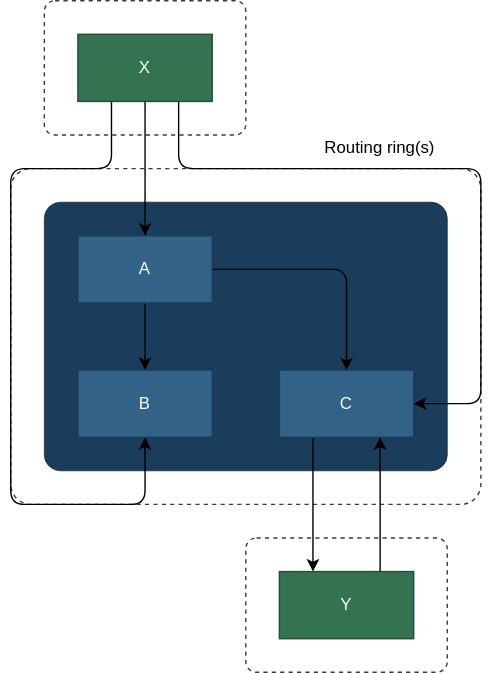
The draw.io diagram packages/plugins/plugin-illustrator/docs/drawing.drawio.svg in dxos/dxos, before a commit. Source tidied: cells renumbered, new cells last; positions are measured from the earlier drawing's top-left corner, leaving out a move shared by most shapes.
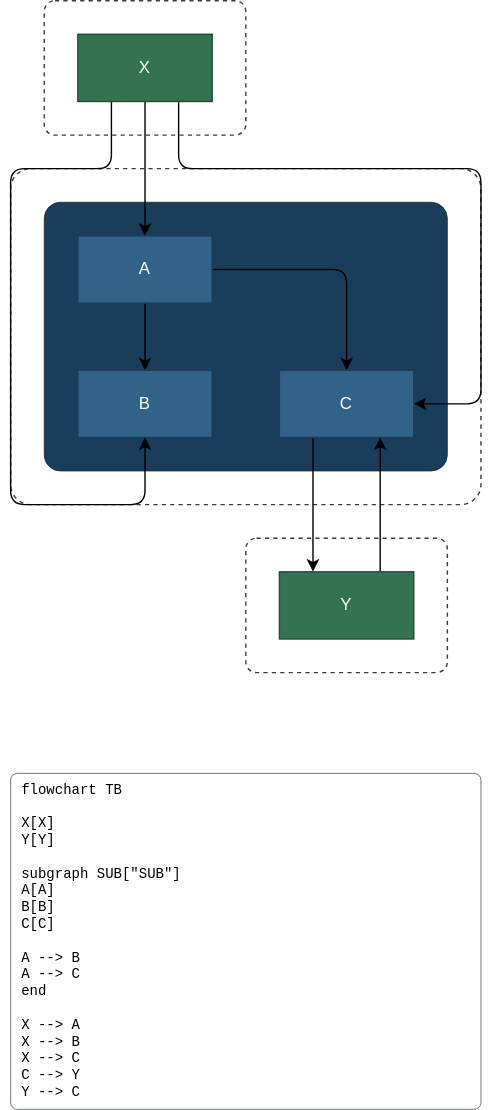
The same diagram one commit later.

What changed in the source:
```diff
@@ -67,8 +67,8 @@
     <mxCell id="17" value="Y" style="rounded=0;whiteSpace=wrap;html=1;fillColor=#337352;fontColor=#FFFFFF;strokeColor=#214D37;" parent="1" vertex="1">
       <mxGeometry x="192" y="408" width="96" height="48" as="geometry" />
     </mxCell>
-    <mxCell id="18" value="Routing ring(s)" style="text;html=1;strokeColor=none;fillColor=none;align=center;verticalAlign=middle;whiteSpace=wrap;rounded=0;dashed=1;strokeWidth=0.5;" parent="1" vertex="1">
-      <mxGeometry x="192" y="90" width="144" height="30" as="geometry" />
-    </mxCell>
+    <mxCell id="19" value="&lt;div style=&quot;box-sizing: border-box; --diffs-computed-decoration-bg: light-dark(#fdfdfc,#262626); --diffs-computed-diff-line-bg: light-dark(#fdfdfc,#262626); --diffs-computed-selected-line-bg: light-dark(#fdfdfc,#262626); background-image: initial; background-position: initial; background-size: initial; background-repeat: initial; background-attachment: initial; background-origin: initial; background-clip: initial; --diffs-selection-mix-target: #6da7ec; padding-inline: 1ch 1ch; position: relative; word-break: break-word; min-height: 1lh; font-family: &amp;quot;Anthropic Mono&amp;quot;, ui-monospace, monospace; font-size: 10px;&quot;&gt;&lt;span style=&quot;box-sizing: border-box; text-decoration-line: initial; text-decoration-color: rgb(237, 237, 237); font-size: 10px;&quot;&gt;flowchart TB&lt;/span&gt;&lt;/div&gt;&lt;div style=&quot;box-sizing: border-box; --diffs-computed-decoration-bg: light-dark(#fdfdfc,#262626); --diffs-computed-diff-line-bg: light-dark(#fdfdfc,#262626); --diffs-computed-selected-line-bg: light-dark(#fdfdfc,#262626); --diffs-selection-mix-target: #6da7ec; padding-inline: 1ch 1ch; position: relative; word-break: break-word; min-height: 1lh; font-family: &amp;quot;Anthropic Mono&amp;quot;, ui-monospace, monospace; font-size: 10px;&quot;&gt;&lt;span style=&quot;box-sizing: border-box; text-decoration-line: initial; text-decoration-color: rgb(237, 237, 237); font-size: 10px;&quot;&gt;&lt;br&gt;&amp;nbsp; X[X]&lt;/span&gt;&lt;/div&gt;&lt;div style=&quot;box-sizing: border-box; --diffs-computed-decoration-bg: light-dark(#fdfdfc,#262626); --diffs-computed-diff-line-bg: light-dark(#fdfdfc,#262626); --diffs-computed-selected-line-bg: light-dark(#fdfdfc,#262626); --diffs-selection-mix-target: #6da7ec; padding-inline: 1ch 1ch; position: relative; word-break: break-word; min-height: 1lh; font-family: &amp;quot;Anthropic Mono&amp;quot;, ui-monospace, monospace; font-size: 10px;&quot;&gt;&lt;span style=&quot;text-decoration-line: initial;&quot;&gt;&amp;nbsp; Y[Y]&lt;/span&gt;&lt;span style=&quot;box-sizing: border-box; text-decoration-line: initial; text-decoration-color: rgb(237, 237, 237); font-size: 10px;&quot;&gt;&lt;/span&gt;&lt;/div&gt;&lt;div style=&quot;box-sizing: border-box; --diffs-computed-decoration-bg: light-dark(#fdfdfc,#262626); --diffs-computed-diff-line-bg: light-dark(#fdfdfc,#262626); --diffs-computed-selected-line-bg: light-dark(#fdfdfc,#262626); --diffs-selection-mix-target: #6da7ec; padding-inline: 1ch 1ch; position: relative; word-break: break-word; min-height: 1lh; font-family: &amp;quot;Anthropic Mono&amp;quot;, ui-monospace, monospace;&quot;&gt;&lt;span style=&quot;box-sizing: border-box; text-decoration-line: initial; text-decoration-color: rgb(237, 237, 237);&quot;&gt;&lt;/span&gt;&lt;/div&gt;&lt;div style=&quot;box-sizing: border-box; --diffs-computed-decoration-bg: light-dark(#fdfdfc,#262626); --diffs-computed-diff-line-bg: light-dark(#fdfdfc,#262626); --diffs-computed-selected-line-bg: light-dark(#fdfdfc,#262626); --diffs-selection-mix-target: #6da7ec; padding-inline: 1ch 1ch; position: relative; word-break: break-word; min-height: 1lh; font-family: &amp;quot;Anthropic Mono&amp;quot;, ui-monospace, monospace; font-size: 10px;&quot;&gt;&lt;span style=&quot;box-sizing: border-box; text-decoration-line: initial; text-decoration-color: rgb(237, 237, 237); font-size: 10px;&quot;&gt;&amp;nbsp;&amp;nbsp;subgraph SUB[&quot;SUB&quot;]&lt;/span&gt;&lt;/div&gt;&lt;div style=&quot;box-sizing: border-box; --diffs-computed-decoration-bg: light-dark(#fdfdfc,#262626); --diffs-computed-diff-line-bg: light-dark(#fdfdfc,#262626); --diffs-computed-selected-line-bg: light-dark(#fdfdfc,#262626); --diffs-selection-mix-target: #6da7ec; padding-inline: 1ch 1ch; position: relative; word-break: break-word; min-height: 1lh; font-family: &amp;quot;Anthropic Mono&amp;quot;, ui-monospace, monospace; font-size: 10px;&quot;&gt;&lt;span style=&quot;box-sizing: border-box; text-decoration-line: initial; text-decoration-color: rgb(237, 237, 237); font-size: 10px;&quot;&gt;&amp;nbsp; &amp;nbsp; A[A]&lt;/span&gt;&lt;/div&gt;&lt;div style=&quot;box-sizing: border-box; --diffs-computed-decoration-bg: light-dark(#fdfdfc,#262626); --diffs-computed-diff-line-bg: light-dark(#fdfdfc,#262626); --diffs-computed-selected-line-bg: light-dark(#fdfdfc,#262626); --diffs-selection-mix-target: #6da7ec; padding-inline: 1ch 1ch; position: relative; word-break: break-word; min-height: 1lh; font-family: &amp;quot;Anthropic Mono&amp;quot;, ui-monospace, monospace; font-size: 10px;&quot;&gt;&lt;span style=&quot;box-sizing: border-box; text-decoration-line: initial; text-decoration-color: rgb(237, 237, 237); font-size: 10px;&quot;&gt;&amp;nbsp; &amp;nbsp; B[B]&lt;/span&gt;&lt;/div&gt;&lt;div style=&quot;box-sizing: border-box; --diffs-computed-decoration-bg: light-dark(#fdfdfc,#262626); --diffs-computed-diff-line-bg: light-dark(#fdfdfc,#262626); --diffs-computed-selected-line-bg: light-dark(#fdfdfc,#262626); --diffs-selection-mix-target: #6da7ec; padding-inline: 1ch 1ch; position: relative; word-break: break-word; min-height: 1lh; font-family: &amp;quot;Anthropic Mono&amp;quot;, ui-monospace, monospace; font-size: 10px;&quot;&gt;&lt;span style=&quot;box-sizing: border-box; text-decoration-line: initial; text-decoration-color: rgb(237, 237, 237); font-size: 10px;&quot;&gt;&amp;nbsp; &amp;nbsp; C[C]&lt;/span&gt;&lt;/div&gt;&lt;div style=&quot;box-sizing: border-box; --diffs-computed-decoration-bg: light-dark(#fdfdfc,#262626); --diffs-computed-diff-line-bg: light-dark(#fdfdfc,#262626); --diffs-computed-selected-line-bg: light-dark(#fdfdfc,#262626); --diffs-selection-mix-target: #6da7ec; padding-inline: 1ch 1ch; position: relative; word-break: break-word; min-height: 1lh; font-family: &amp;quot;Anthropic Mono&amp;quot;, ui-monospace, monospace; font-size: 10px;&quot;&gt;&lt;span style=&quot;box-sizing: border-box; text-decoration-line: initial; text-decoration-color: rgb(237, 237, 237); font-size: 10px;&quot;&gt;&lt;/span&gt;&lt;/div&gt;&lt;div style=&quot;box-sizing: border-box; --diffs-computed-decoration-bg: light-dark(#fdfdfc,#262626); --diffs-computed-diff-line-bg: light-dark(#fdfdfc,#262626); --diffs-computed-selected-line-bg: light-dark(#fdfdfc,#262626); --diffs-selection-mix-target: #6da7ec; padding-inline: 1ch 1ch; position: relative; word-break: break-word; min-height: 1lh; font-family: &amp;quot;Anthropic Mono&amp;quot;, ui-monospace, monospace; font-size: 10px;&quot;&gt;&lt;span style=&quot;box-sizing: border-box; text-decoration-line: initial; text-decoration-color: rgb(237, 237, 237); font-size: 10px;&quot;&gt;&amp;nbsp; &amp;nbsp; A --&amp;gt; B&lt;/span&gt;&lt;/div&gt;&lt;div style=&quot;box-sizing: border-box; --diffs-computed-decoration-bg: light-dark(#fdfdfc,#262626); --diffs-computed-diff-line-bg: light-dark(#fdfdfc,#262626); --diffs-computed-selected-line-bg: light-dark(#fdfdfc,#262626); --diffs-selection-mix-target: #6da7ec; padding-inline: 1ch 1ch; position: relative; word-break: break-word; min-height: 1lh; font-family: &amp;quot;Anthropic Mono&amp;quot;, ui-monospace, monospace; font-size: 10px;&quot;&gt;&lt;span style=&quot;box-sizing: border-box; text-decoration-line: initial; text-decoration-color: rgb(237, 237, 237); font-size: 10px;&quot;&gt;&amp;nbsp; &amp;nbsp; A --&amp;gt; C&lt;/span&gt;&lt;/div&gt;&lt;div style=&quot;box-sizing: border-box; --diffs-computed-decoration-bg: light-dark(#fdfdfc,#262626); --diffs-computed-diff-line-bg: light-dark(#fdfdfc,#262626); --diffs-computed-selected-line-bg: light-dark(#fdfdfc,#262626); --diffs-selection-mix-target: #6da7ec; padding-inline: 1ch 1ch; position: relative; word-break: break-word; min-height: 1lh; font-family: &amp;quot;Anthropic Mono&amp;quot;, ui-monospace, monospace; font-size: 10px;&quot;&gt;&lt;span style=&quot;box-sizing: border-box; text-decoration-line: initial; text-decoration-color: rgb(237, 237, 237); font-size: 10px;&quot;&gt;&amp;nbsp; end&lt;/span&gt;&lt;/div&gt;&lt;div style=&quot;box-sizing: border-box; --diffs-computed-decoration-bg: light-dark(#fdfdfc,#262626); --diffs-computed-diff-line-bg: light-dark(#fdfdfc,#262626); --diffs-computed-selected-line-bg: light-dark(#fdfdfc,#262626); --diffs-selection-mix-target: #6da7ec; padding-inline: 1ch 1ch; position: relative; word-break: break-word; min-height: 1lh; font-family: &amp;quot;Anthropic Mono&amp;quot;, ui-monospace, monospace; font-size: 10px;&quot;&gt;&lt;span style=&quot;box-sizing: border-box; text-decoration-line: initial; text-decoration-color: rgb(237, 237, 237); font-size: 10px;&quot;&gt;&lt;/span&gt;&lt;/div&gt;&lt;div style=&quot;box-sizing: border-box; --diffs-computed-decoration-bg: light-dark(#fdfdfc,#262626); --diffs-computed-diff-line-bg: light-dark(#fdfdfc,#262626); --diffs-computed-selected-line-bg: light-dark(#fdfdfc,#262626); --diffs-selection-mix-target: #6da7ec; padding-inline: 1ch 1ch; position: relative; word-break: break-word; min-height: 1lh; font-family: &amp;quot;Anthropic Mono&amp;quot;, ui-monospace, monospace; font-size: 10px;&quot;&gt;&lt;span style=&quot;text-decoration-line: initial;&quot;&gt;&amp;nbsp; X --&amp;gt; A&lt;/span&gt;&lt;/div&gt;&lt;div style=&quot;box-sizing: border-box; --diffs-computed-decoration-bg: light-dark(#fdfdfc,#262626); --diffs-computed-diff-line-bg: light-dark(#fdfdfc,#262626); --diffs-computed-selected-line-bg: light-dark(#fdfdfc,#262626); --diffs-selection-mix-target: #6da7ec; padding-inline: 1ch 1ch; position: relative; word-break: break-word; min-height: 1lh; font-family: &amp;quot;Anthropic Mono&amp;quot;, ui-monospace, monospace; font-size: 10px;&quot;&gt;&lt;span style=&quot;box-sizing: border-box; text-decoration-line: initial; text-decoration-color: rgb(237, 237, 237); font-size: 10px;&quot;&gt;&amp;nbsp; X --&amp;gt; B&lt;/span&gt;&lt;/div&gt;&lt;div style=&quot;box-sizing: border-box; --diffs-computed-decoration-bg: light-dark(#fdfdfc,#262626); --diffs-computed-diff-line-bg: light-dark(#fdfdfc,#262626); --diffs-computed-selected-line-bg: light-dark(#fdfdfc,#262626); --diffs-selection-mix-target: #6da7ec; padding-inline: 1ch 1ch; position: relative; word-break: break-word; min-height: 1lh; font-family: &amp;quot;Anthropic Mono&amp;quot;, ui-monospace, monospace; font-size: 10px;&quot;&gt;&lt;span style=&quot;box-sizing: border-box; text-decoration-line: initial; text-decoration-color: rgb(237, 237, 237); font-size: 10px;&quot;&gt;&amp;nbsp; X --&amp;gt; C&lt;/span&gt;&lt;/div&gt;&lt;div style=&quot;box-sizing: border-box; --diffs-computed-decoration-bg: light-dark(#fdfdfc,#262626); --diffs-computed-diff-line-bg: light-dark(#fdfdfc,#262626); --diffs-computed-selected-line-bg: light-dark(#fdfdfc,#262626); --diffs-selection-mix-target: #6da7ec; padding-inline: 1ch 1ch; position: relative; word-break: break-word; min-height: 1lh; font-family: &amp;quot;Anthropic Mono&amp;quot;, ui-monospace, monospace; font-size: 10px;&quot;&gt;&lt;span style=&quot;box-sizing: border-box; text-decoration-line: initial; text-decoration-color: rgb(237, 237, 237); font-size: 10px;&quot;&gt;&amp;nbsp; C --&amp;gt; Y&lt;/span&gt;&lt;/div&gt;&lt;div style=&quot;box-sizing: border-box; --diffs-computed-decoration-bg: light-dark(#fdfdfc,#262626); --diffs-computed-diff-line-bg: light-dark(#fdfdfc,#262626); --diffs-computed-selected-line-bg: light-dark(#fdfdfc,#262626); --diffs-selection-mix-target: #6da7ec; padding-inline: 1ch 1ch; position: relative; word-break: break-word; min-height: 1lh; font-family: &amp;quot;Anthropic Mono&amp;quot;, ui-monospace, monospace; font-size: 10px;&quot;&gt;&lt;span style=&quot;box-sizing: border-box; text-decoration-line: initial; text-decoration-color: rgb(237, 237, 237); font-size: 10px;&quot;&gt;&amp;nbsp; Y --&amp;gt; C&lt;/span&gt;&lt;/div&gt;" style="rounded=1;whiteSpace=wrap;html=1;strokeColor=#393C3E;strokeWidth=0.5;align=left;verticalAlign=top;fontSize=10;fontColor=default;labelBackgroundColor=default;arcSize=2;" parent="1" vertex="1">
+      <mxGeometry y="552" width="336" height="240" as="geometry" />
+    </mxCell>
   </root>
 </mxGraphModel>
```
